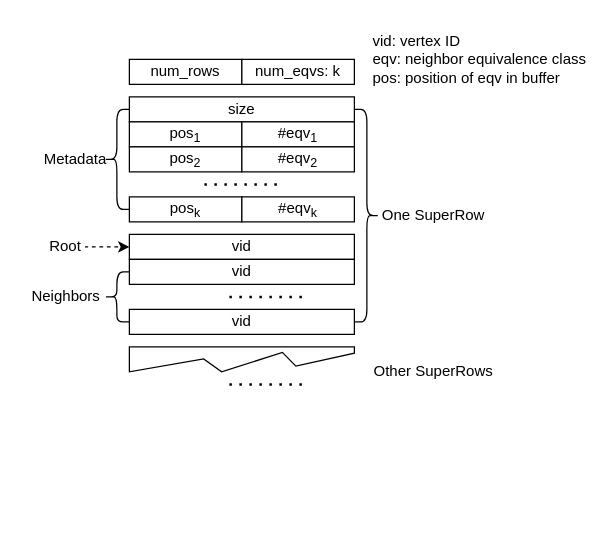
Before: img/compress.drawio in E-Neo/opgm-paper, a draw.io diagram. Source tidied: cells renumbered, new cells numbered last; positions are measured from the earlier drawing's top-left corner, leaving out a move shared by most shapes. Both pictures are drawn from the tidied source at 125%, with x=0, y=0 at pixel (21, 21).
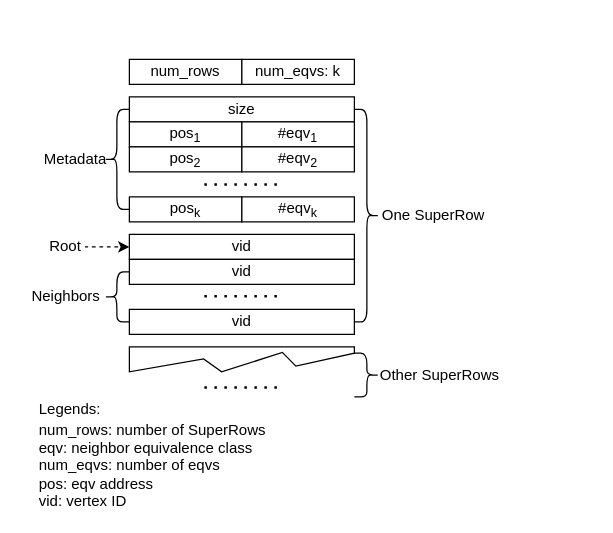
The same diagram, later.

Change to the diagram source:
```diff
@@
     <mxCell id="15" style="endArrow=none;dashed=1;html=1;dashPattern=1 3;strokeWidth=2;" parent="1" edge="1">
       <mxGeometry relative="1" as="geometry">
-        <mxPoint x="166" y="220" as="sourcePoint" />
-        <mxPoint x="226" y="220" as="targetPoint" />
+        <mxPoint x="146" y="219.5" as="sourcePoint" />
+        <mxPoint x="206" y="219.5" as="targetPoint" />
       </mxGeometry>
     </mxCell>
@@
-    <mxCell id="18" style="endArrow=none;dashed=1;html=1;dashPattern=1 3;strokeWidth=2;" parent="1" edge="1">
-      <mxGeometry relative="1" as="geometry">
-        <mxPoint x="166" y="290" as="sourcePoint" />
-        <mxPoint x="226" y="290" as="targetPoint" />
-      </mxGeometry>
-    </mxCell>
     <mxCell id="19" value="Other SuperRows" style="text;html=1;align=center;verticalAlign=middle;" parent="1" vertex="1">
-      <mxGeometry x="274" y="270" width="110" height="20" as="geometry" />
+      <mxGeometry x="279" y="272.5" width="110" height="20" as="geometry" />
     </mxCell>
@@
-    <mxCell id="27" value="vid: vertex ID&lt;br&gt;eqv: neighbor equivalence class&lt;br&gt;pos: position of eqv in buffer" style="rounded=0;whiteSpace=wrap;html=1;align=left;strokeColor=#FFFFFF;" parent="1" vertex="1">
-      <mxGeometry x="279" width="176" height="60" as="geometry" />
+    <mxCell id="27" value="num_rows: number of SuperRows&lt;br&gt;eqv: neighbor equivalence class&lt;br&gt;num_eqvs: number of eqvs&lt;br&gt;pos: eqv address&lt;br&gt;vid: vertex ID" style="rounded=0;whiteSpace=wrap;html=1;align=left;strokeColor=#FFFFFF;" parent="1" vertex="1">
+      <mxGeometry x="12" y="320" width="210" height="70" as="geometry" />
     </mxCell>
+    <mxCell id="28" style="shape=curlyBracket;whiteSpace=wrap;html=1;rounded=1;flipH=1;" parent="1" vertex="1">
+      <mxGeometry x="266" y="265" width="20" height="35" as="geometry" />
+    </mxCell>
+    <mxCell id="29" value="Legends:" style="rounded=0;whiteSpace=wrap;html=1;align=left;strokeColor=#FFFFFF;" parent="1" vertex="1">
+      <mxGeometry x="12" y="300" width="176" height="20" as="geometry" />
+    </mxCell>
+    <mxCell id="30" style="endArrow=none;dashed=1;html=1;dashPattern=1 3;strokeWidth=2;" parent="1" edge="1">
+      <mxGeometry relative="1" as="geometry">
+        <mxPoint x="146" y="292.5" as="sourcePoint" />
+        <mxPoint x="206" y="292.5" as="targetPoint" />
+      </mxGeometry>
+    </mxCell>
```
